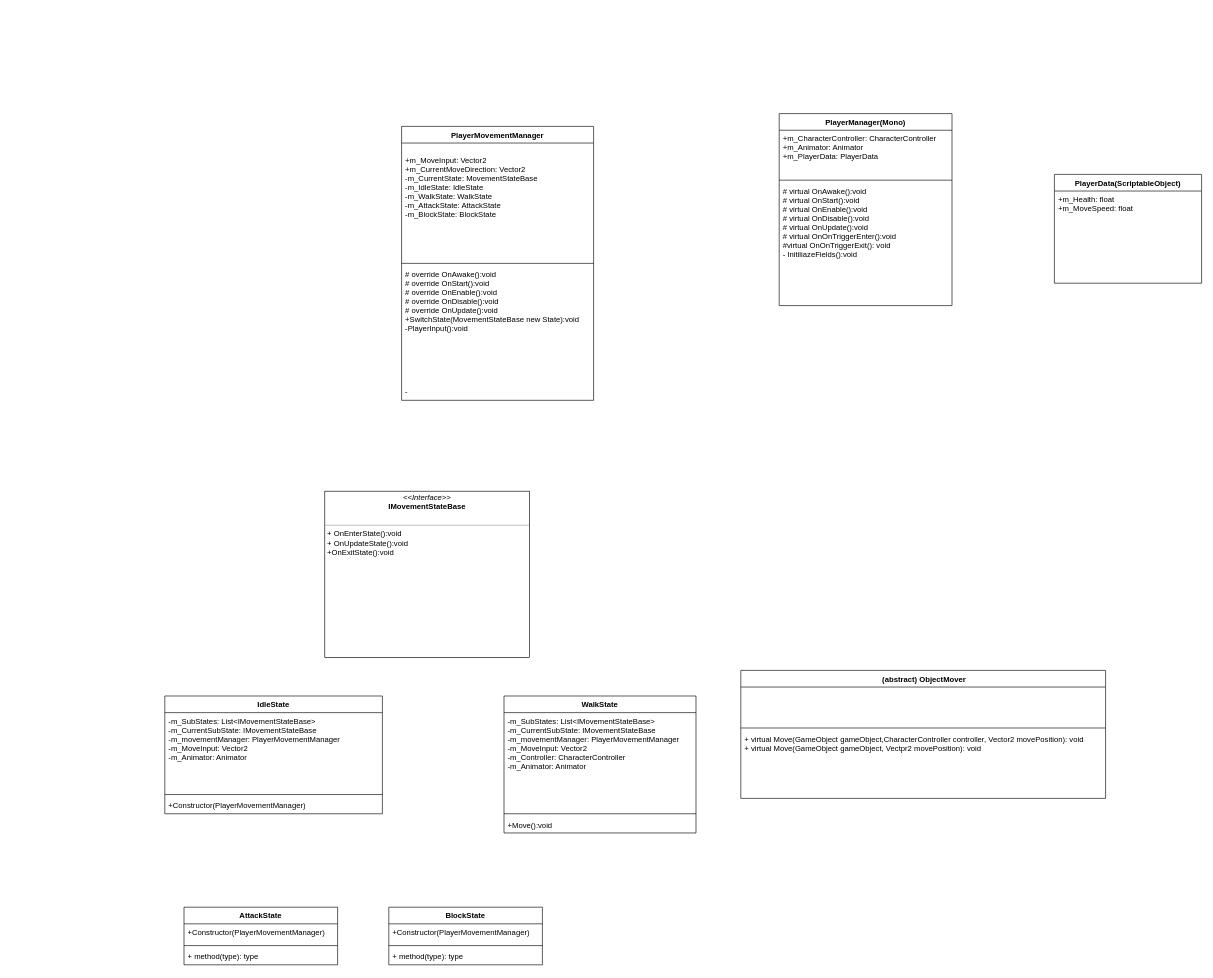
This is PirateGame/Untitled Diagram.drawio from wankhadeyash/software_architecture, a draw.io file, before an edit. Source tidied: cells renumbered, new cells numbered last; positions are measured from the earlier drawing's top-left corner, leaving out a move shared by most shapes. Both pictures are drawn from the tidied source at 64%, with x=0, y=0 at pixel (164, 113).
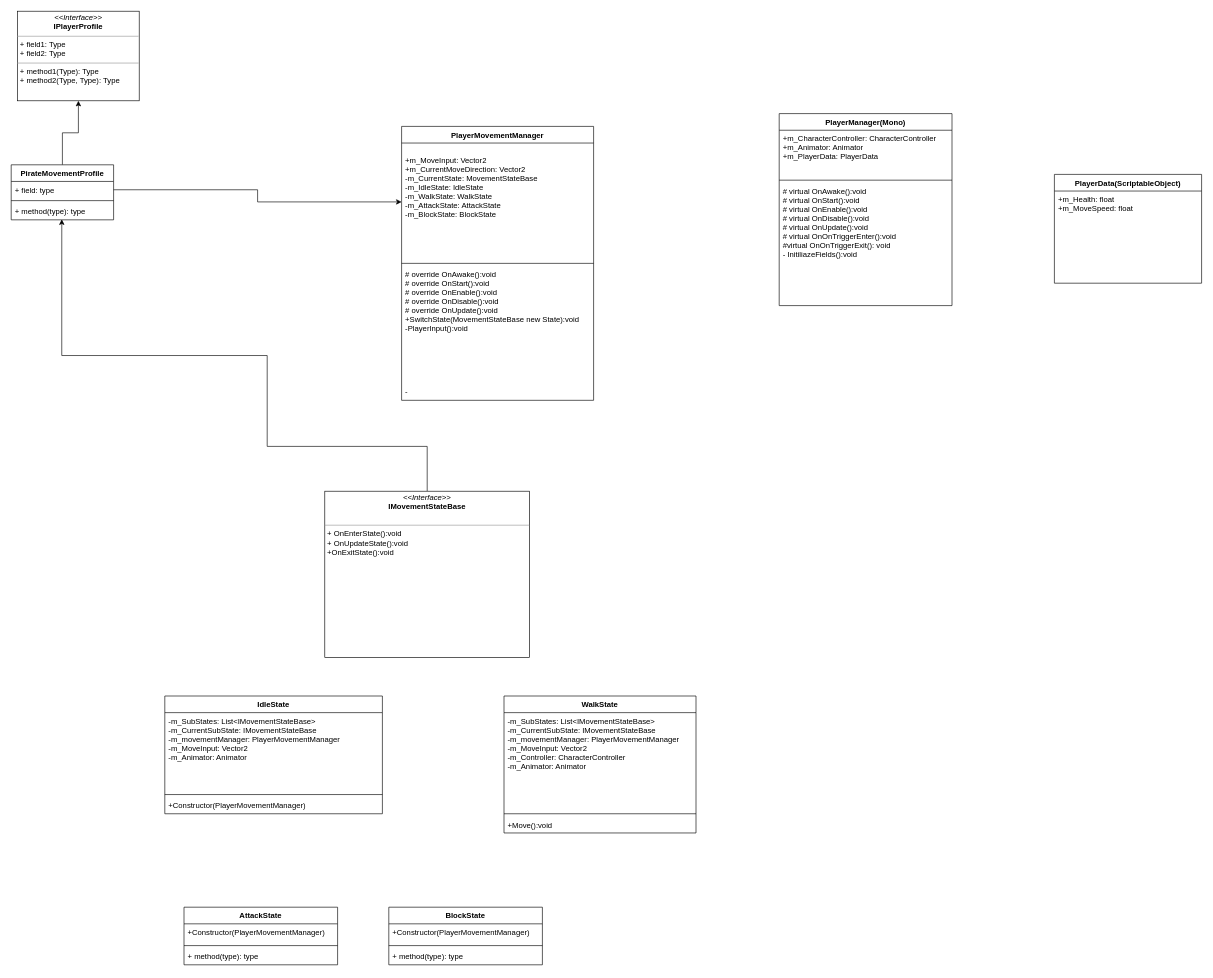
The same page after the edit.

Unchanged cells that the change refers to:
```xml
<mxCell id="21" value="&#10;+m_MoveInput: Vector2&#10;+m_CurrentMoveDirection: Vector2&#10;-m_CurrentState: MovementStateBase&#10;-m_IdleState: IdleState&#10;-m_WalkState: WalkState&#10;-m_AttackState: AttackState&#10;-m_BlockState: BlockState" style="text;strokeColor=none;fillColor=none;align=left;verticalAlign=top;spacingLeft=4;spacingRight=4;overflow=hidden;points=[[0,0.5],[1,0.5]];portConstraint=eastwest;" parent="20" vertex="1">
  <mxGeometry y="26" width="300" height="184" as="geometry" />
</mxCell>
<mxCell id="24" value="&lt;p style=&quot;margin:0px;margin-top:4px;text-align:center;&quot;&gt;&lt;i&gt;&amp;lt;&amp;lt;Interface&amp;gt;&amp;gt;&lt;/i&gt;&lt;br&gt;&lt;b&gt;IMovementStateBase&lt;/b&gt;&lt;/p&gt;&lt;p style=&quot;margin:0px;margin-left:4px;&quot;&gt;&lt;br&gt;&lt;/p&gt;&lt;hr size=&quot;1&quot;&gt;&lt;p style=&quot;margin:0px;margin-left:4px;&quot;&gt;+ OnEnterState():void&lt;/p&gt;&lt;p style=&quot;margin:0px;margin-left:4px;&quot;&gt;+ OnUpdateState():void&lt;/p&gt;&lt;p style=&quot;margin:0px;margin-left:4px;&quot;&gt;+OnExitState():void&lt;/p&gt;" style="verticalAlign=top;align=left;overflow=fill;fontSize=12;fontFamily=Helvetica;html=1;" parent="1" vertex="1">
  <mxGeometry x="250" y="590" width="320" height="260" as="geometry" />
</mxCell>
```

Change to the diagram source:
```diff
@@
+    <mxCell id="33" style="edgeStyle=orthogonalEdgeStyle;rounded=0;jettySize=auto;html=1;exitX=0.5;exitY=0;exitDx=0;exitDy=0;entryX=0.494;entryY=0.973;entryDx=0;entryDy=0;entryPerimeter=0;" parent="1" edge="1" source="24" target="39">
+      <mxGeometry relative="1" as="geometry">
+        <Array as="points">
+          <mxPoint x="410" y="520" />
+          <mxPoint x="160" y="520" />
+          <mxPoint x="160" y="378" />
+          <mxPoint x="-161" y="378" />
+        </Array>
+      </mxGeometry>
+    </mxCell>
@@
-    <mxCell id="25" value=" (abstract) ObjectMover" style="swimlane;fontStyle=1;align=center;verticalAlign=top;horizontal=1;startSize=26;" parent="1" vertex="1">
-      <mxGeometry x="900" y="870" width="570" height="200" as="geometry" />
-    </mxCell>
-    <mxCell id="26" value="&#10;&#10;&#10;" style="text;strokeColor=none;fillColor=none;align=left;verticalAlign=top;spacingLeft=4;spacingRight=4;overflow=hidden;" parent="25" vertex="1">
-      <mxGeometry y="26" width="570" height="60" as="geometry" />
-    </mxCell>
-    <mxCell id="27" style="line;strokeWidth=1;fillColor=none;align=left;verticalAlign=middle;spacingTop=-1;spacingLeft=3;spacingRight=3;labelPosition=right;" parent="25" vertex="1">
-      <mxGeometry y="86" width="570" height="8" as="geometry" />
-    </mxCell>
-    <mxCell id="28" value="+ virtual Move(GameObject gameObject,CharacterController controller, Vector2 movePosition): void&#10;+ virtual Move(GameObject gameObject, Vectpr2 movePosition): void" style="text;strokeColor=none;fillColor=none;align=left;verticalAlign=top;spacingLeft=4;spacingRight=4;overflow=hidden;" parent="25" vertex="1">
-      <mxGeometry y="94" width="570" height="106" as="geometry" />
-    </mxCell>
@@
+    <mxCell id="34" value="&lt;p style=&quot;margin:0px;margin-top:4px;text-align:center;&quot;&gt;&lt;i&gt;&amp;lt;&amp;lt;Interface&amp;gt;&amp;gt;&lt;/i&gt;&lt;br&gt;&lt;b&gt;IPlayerProfile&lt;/b&gt;&lt;/p&gt;&lt;hr size=&quot;1&quot;&gt;&lt;p style=&quot;margin:0px;margin-left:4px;&quot;&gt;+ field1: Type&lt;br&gt;+ field2: Type&lt;/p&gt;&lt;hr size=&quot;1&quot;&gt;&lt;p style=&quot;margin:0px;margin-left:4px;&quot;&gt;+ method1(Type): Type&lt;br&gt;+ method2(Type, Type): Type&lt;/p&gt;" style="verticalAlign=top;align=left;overflow=fill;fontSize=12;fontFamily=Helvetica;html=1;" parent="1" vertex="1">
+      <mxGeometry x="-230" y="-160" width="190" height="140" as="geometry" />
+    </mxCell>
+    <mxCell id="35" style="edgeStyle=orthogonalEdgeStyle;rounded=0;jettySize=auto;html=1;exitX=0.5;exitY=0;exitDx=0;exitDy=0;entryX=0.5;entryY=1;entryDx=0;entryDy=0;" parent="1" edge="1" source="36" target="34">
+      <mxGeometry relative="1" as="geometry" />
+    </mxCell>
+    <mxCell id="36" value="PirateMovementProfile" style="swimlane;fontStyle=1;align=center;verticalAlign=top;horizontal=1;startSize=26;" parent="1" vertex="1">
+      <mxGeometry x="-240" y="80" width="160" height="86" as="geometry" />
+    </mxCell>
+    <mxCell id="37" value="+ field: type" style="text;strokeColor=none;fillColor=none;align=left;verticalAlign=top;spacingLeft=4;spacingRight=4;overflow=hidden;points=[[0,0.5],[1,0.5]];portConstraint=eastwest;" parent="36" vertex="1">
+      <mxGeometry y="26" width="160" height="26" as="geometry" />
+    </mxCell>
+    <mxCell id="38" style="line;strokeWidth=1;fillColor=none;align=left;verticalAlign=middle;spacingTop=-1;spacingLeft=3;spacingRight=3;labelPosition=right;" parent="36" vertex="1">
+      <mxGeometry y="52" width="160" height="8" as="geometry" />
+    </mxCell>
+    <mxCell id="39" value="+ method(type): type" style="text;strokeColor=none;fillColor=none;align=left;verticalAlign=top;spacingLeft=4;spacingRight=4;overflow=hidden;points=[[0,0.5],[1,0.5]];portConstraint=eastwest;" parent="36" vertex="1">
+      <mxGeometry y="60" width="160" height="26" as="geometry" />
+    </mxCell>
+    <mxCell id="40" style="edgeStyle=orthogonalEdgeStyle;rounded=0;jettySize=auto;html=1;exitX=1;exitY=0.5;exitDx=0;exitDy=0;entryX=0;entryY=0.5;entryDx=0;entryDy=0;" parent="1" edge="1" source="37" target="21">
+      <mxGeometry relative="1" as="geometry" />
+    </mxCell>
```
